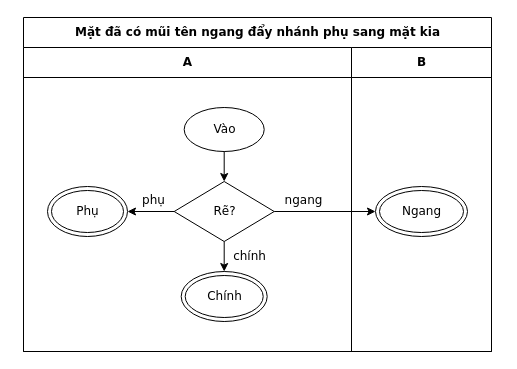
Earlier version of the draw.io diagram conformance/golden/cases/44-place-hside-before-branch.drawio (luytbq/flowcast). Source tidied: cells renumbered, new cells numbered last; positions are measured from the earlier drawing's top-left corner, leaving out a move shared by most shapes. Both pictures are drawn from the tidied source at 100%, with x=0, y=0 at pixel (23, 17).
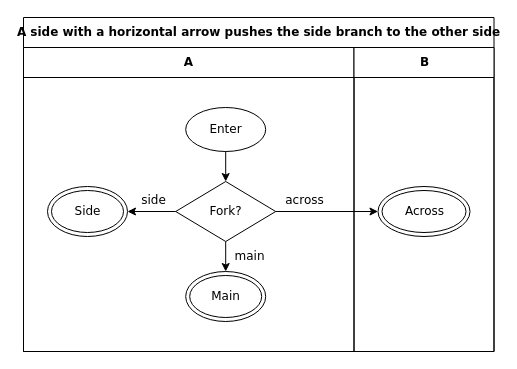
The same diagram, later.

Change to the diagram source:
```diff
@@
 <mxGraphModel>
   <root>
     <mxCell id="0" />
     <mxCell id="1" parent="0" />
-    <mxCell id="2" value="Mặt đã có mũi tên ngang đẩy nhánh phụ sang mặt kia" style="swimlane;html=1;startSize=30;fontStyle=1;fontFamily=Verdana;fontSize=12;flowtable=1;" parent="1" vertex="1">
-      <mxGeometry width="468" height="334" as="geometry" />
+    <mxCell id="2" value="A side with a horizontal arrow pushes the side branch to the other side" style="swimlane;html=1;startSize=30;fontStyle=1;fontFamily=Verdana;fontSize=12;flowtable=1;" parent="1" vertex="1">
+      <mxGeometry width="470.5" height="334" as="geometry" />
     </mxCell>
     <mxCell id="3" value="A" style="swimlane;html=1;startSize=30;fontFamily=Verdana;fontSize=12;flowtable=1;" parent="2" vertex="1">
-      <mxGeometry y="30" width="328" height="304" as="geometry" />
+      <mxGeometry y="30" width="330.5" height="304" as="geometry" />
     </mxCell>
     <mxCell id="4" value="B" style="swimlane;html=1;startSize=30;fontFamily=Verdana;fontSize=12;flowtable=1;" parent="2" vertex="1">
-      <mxGeometry x="328" y="30" width="140" height="304" as="geometry" />
+      <mxGeometry x="330.5" y="30" width="140" height="304" as="geometry" />
     </mxCell>
-    <mxCell id="5" value="Vào" style="ellipse;html=1;fontFamily=Verdana;fontSize=12;flowtable=1;" parent="3" vertex="1">
-      <mxGeometry x="160.7" y="60" width="80" height="44" as="geometry" />
+    <mxCell id="5" value="Enter" style="ellipse;html=1;fontFamily=Verdana;fontSize=12;flowtable=1;" parent="3" vertex="1">
+      <mxGeometry x="162.2" y="60" width="80" height="44" as="geometry" />
     </mxCell>
-    <mxCell id="6" value="Rẽ?" style="rhombus;html=1;fontFamily=Verdana;fontSize=12;flowtable=1;" parent="3" vertex="1">
-      <mxGeometry x="150.7" y="134" width="100" height="60" as="geometry" />
+    <mxCell id="6" value="Fork?" style="rhombus;html=1;fontFamily=Verdana;fontSize=12;flowtable=1;" parent="3" vertex="1">
+      <mxGeometry x="152.2" y="134" width="100" height="60" as="geometry" />
     </mxCell>
-    <mxCell id="7" value="Ngang" style="shape=doubleEllipse;html=1;fontFamily=Verdana;fontSize=12;flowtable=1;" parent="4" vertex="1">
+    <mxCell id="7" value="Across" style="shape=doubleEllipse;html=1;fontFamily=Verdana;fontSize=12;flowtable=1;" parent="4" vertex="1">
       <mxGeometry x="24" y="139" width="92" height="50" as="geometry" />
     </mxCell>
-    <mxCell id="8" value="Phụ" style="shape=doubleEllipse;html=1;fontFamily=Verdana;fontSize=12;flowtable=1;" parent="3" vertex="1">
+    <mxCell id="8" value="Side" style="shape=doubleEllipse;html=1;fontFamily=Verdana;fontSize=12;flowtable=1;" parent="3" vertex="1">
       <mxGeometry x="24" y="139" width="80" height="50" as="geometry" />
     </mxCell>
-    <mxCell id="9" value="Chính" style="shape=doubleEllipse;html=1;fontFamily=Verdana;fontSize=12;flowtable=1;" parent="3" vertex="1">
-      <mxGeometry x="157.7" y="224" width="86" height="50" as="geometry" />
+    <mxCell id="9" value="Main" style="shape=doubleEllipse;html=1;fontFamily=Verdana;fontSize=12;flowtable=1;" parent="3" vertex="1">
+      <mxGeometry x="162.2" y="224" width="80" height="50" as="geometry" />
     </mxCell>
     <mxCell id="10" style="edgeStyle=orthogonalEdgeStyle;rounded=0;jettySize=auto;html=1;labelBackgroundColor=default;exitX=0.5;exitY=1;exitDx=0;exitDy=0;entryX=0.5;entryY=0;entryDx=0;entryDy=0;fontFamily=Verdana;fontSize=12;flowtable=1;" parent="2" edge="1" source="5" target="6">
       <mxGeometry relative="1" as="geometry" />
     </mxCell>
-    <mxCell id="11" value="ngang" style="edgeStyle=orthogonalEdgeStyle;rounded=0;jettySize=auto;html=1;labelBackgroundColor=default;exitX=1;exitY=0.5;exitDx=0;exitDy=0;entryX=0;entryY=0.5;entryDx=0;entryDy=0;fontFamily=Verdana;fontSize=12;flowtable=1;" parent="2" edge="1" source="6" target="7">
+    <mxCell id="11" value="across" style="edgeStyle=orthogonalEdgeStyle;rounded=0;jettySize=auto;html=1;labelBackgroundColor=default;exitX=1;exitY=0.5;exitDx=0;exitDy=0;entryX=0;entryY=0.5;entryDx=0;entryDy=0;fontFamily=Verdana;fontSize=12;flowtable=1;" parent="2" edge="1" source="6" target="7">
       <mxGeometry x="-0.43" relative="1" as="geometry">
         <mxPoint y="-11.5" as="offset" />
       </mxGeometry>
     </mxCell>
-    <mxCell id="12" value="phụ" style="edgeStyle=orthogonalEdgeStyle;rounded=0;jettySize=auto;html=1;labelBackgroundColor=default;exitX=0;exitY=0.5;exitDx=0;exitDy=0;entryX=1;entryY=0.5;entryDx=0;entryDy=0;fontFamily=Verdana;fontSize=12;flowtable=1;" parent="2" edge="1" source="6" target="8">
-      <mxGeometry x="-0.09" relative="1" as="geometry">
+    <mxCell id="12" value="side" style="edgeStyle=orthogonalEdgeStyle;rounded=0;jettySize=auto;html=1;labelBackgroundColor=default;exitX=0;exitY=0.5;exitDx=0;exitDy=0;entryX=1;entryY=0.5;entryDx=0;entryDy=0;fontFamily=Verdana;fontSize=12;flowtable=1;" parent="2" edge="1" source="6" target="8">
+      <mxGeometry x="-0.08" relative="1" as="geometry">
         <mxPoint y="-11.5" as="offset" />
       </mxGeometry>
     </mxCell>
-    <mxCell id="13" value="chính" style="edgeStyle=orthogonalEdgeStyle;rounded=0;jettySize=auto;html=1;labelBackgroundColor=default;exitX=0.5;exitY=1;exitDx=0;exitDy=0;entryX=0.5;entryY=0;entryDx=0;entryDy=0;fontFamily=Verdana;fontSize=12;flowtable=1;" parent="2" edge="1" source="6" target="9">
+    <mxCell id="13" value="main" style="edgeStyle=orthogonalEdgeStyle;rounded=0;jettySize=auto;html=1;labelBackgroundColor=default;exitX=0.5;exitY=1;exitDx=0;exitDy=0;entryX=0.5;entryY=0;entryDx=0;entryDy=0;fontFamily=Verdana;fontSize=12;flowtable=1;" parent="2" edge="1" source="6" target="9">
       <mxGeometry x="-0.03" relative="1" as="geometry">
-        <mxPoint x="25.2" as="offset" />
+        <mxPoint x="23.9" as="offset" />
       </mxGeometry>
     </mxCell>
   </root>
 </mxGraphModel>
```
